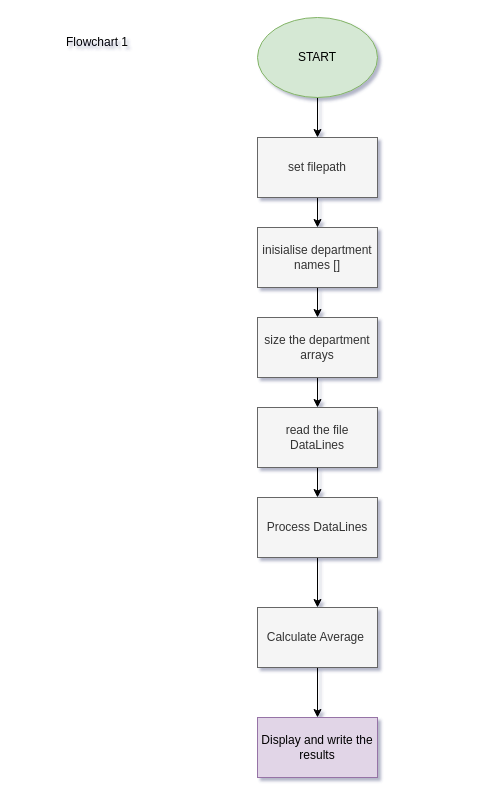
VictoriaJ4/VictoriaJ4 keeps this draw.io diagram as Salespeople.drawio. Above is the earlier version. Source tidied: cells renumbered, new cells numbered last; positions are measured from the earlier drawing's top-left corner, leaving out a move shared by most shapes. Both pictures are drawn from the tidied source at 100%, with x=0, y=0 at pixel (17, 17).
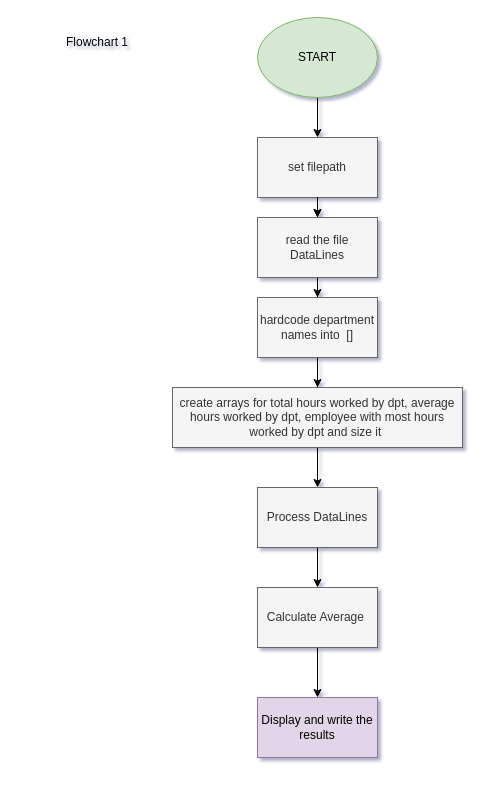
After the change.

Unchanged cells that the change refers to:
```xml
<mxCell id="6" value="set filepath" style="whiteSpace=wrap;html=1;fillColor=#f5f5f5;strokeColor=#666666;fontColor=#333333;" parent="1" vertex="1">
  <mxGeometry x="240" y="120" width="120" height="60" as="geometry" />
</mxCell>
```

Diff of the diagram source:
```diff
@@
-    <mxCell id="5" style="edgeStyle=orthogonalEdgeStyle;rounded=0;jettySize=auto;html=1;" parent="1" edge="1" source="6" target="8">
+    <mxCell id="5" style="edgeStyle=orthogonalEdgeStyle;rounded=0;jettySize=auto;html=1;" parent="1" edge="1" source="12" target="8">
       <mxGeometry relative="1" as="geometry" />
     </mxCell>
+    <mxCell id="18" style="edgeStyle=orthogonalEdgeStyle;rounded=0;jettySize=auto;html=1;" parent="1" edge="1" source="6" target="12">
+      <mxGeometry relative="1" as="geometry" />
+    </mxCell>
@@
-    <mxCell id="8" value="inisialise department names []" style="whiteSpace=wrap;html=1;fillColor=#f5f5f5;strokeColor=#666666;fontColor=#333333;" parent="1" vertex="1">
-      <mxGeometry x="240" y="210" width="120" height="60" as="geometry" />
+    <mxCell id="8" value="hardcode department names into&amp;nbsp; []" style="whiteSpace=wrap;html=1;fillColor=#f5f5f5;strokeColor=#666666;fontColor=#333333;" parent="1" vertex="1">
+      <mxGeometry x="240" y="280" width="120" height="60" as="geometry" />
     </mxCell>
-    <mxCell id="9" style="edgeStyle=orthogonalEdgeStyle;rounded=0;jettySize=auto;html=1;" parent="1" edge="1" source="10" target="12">
-      <mxGeometry relative="1" as="geometry" />
+    <mxCell id="9" style="edgeStyle=orthogonalEdgeStyle;rounded=0;jettySize=auto;html=1;" parent="1" edge="1" source="10">
+      <mxGeometry relative="1" as="geometry">
+        <mxPoint x="300" y="390" as="targetPoint" />
+      </mxGeometry>
     </mxCell>
+    <mxCell id="19" style="edgeStyle=orthogonalEdgeStyle;rounded=0;jettySize=auto;html=1;" parent="1" edge="1" source="10" target="14">
+      <mxGeometry relative="1" as="geometry" />
+    </mxCell>
-    <mxCell id="10" value="size the department arrays" style="whiteSpace=wrap;html=1;fillColor=#f5f5f5;strokeColor=#666666;fontColor=#333333;" parent="1" vertex="1">
-      <mxGeometry x="240" y="300" width="120" height="60" as="geometry" />
+    <mxCell id="10" value="create arrays for total hours worked by dpt, average hours worked by dpt, employee with most hours worked by dpt and size it&amp;nbsp;" style="whiteSpace=wrap;html=1;fillColor=#f5f5f5;strokeColor=#666666;fontColor=#333333;" parent="1" vertex="1">
+      <mxGeometry x="155" y="370" width="290" height="60" as="geometry" />
     </mxCell>
-    <mxCell id="11" style="edgeStyle=orthogonalEdgeStyle;rounded=0;jettySize=auto;html=1;" parent="1" edge="1" source="12" target="14">
-      <mxGeometry relative="1" as="geometry" />
-    </mxCell>
-    <mxCell id="12" value="read the file DataLines" style="whiteSpace=wrap;html=1;fillColor=#f5f5f5;strokeColor=#666666;fontColor=#333333;" parent="1" vertex="1">
-      <mxGeometry x="240" y="390" width="120" height="60" as="geometry" />
-    </mxCell>
@@
     <mxCell id="14" value="Process DataLines" style="whiteSpace=wrap;html=1;fillColor=#f5f5f5;strokeColor=#666666;fontColor=#333333;" parent="1" vertex="1">
-      <mxGeometry x="240" y="480" width="120" height="60" as="geometry" />
+      <mxGeometry x="240" y="470" width="120" height="60" as="geometry" />
     </mxCell>
@@
     <mxCell id="16" value="Calculate Average&amp;nbsp;" style="whiteSpace=wrap;html=1;fillColor=#f5f5f5;strokeColor=#666666;fontColor=#333333;" parent="1" vertex="1">
-      <mxGeometry x="240" y="590" width="120" height="60" as="geometry" />
+      <mxGeometry x="240" y="570" width="120" height="60" as="geometry" />
     </mxCell>
     <mxCell id="17" value="Display and write the results" style="whiteSpace=wrap;html=1;fillColor=#e1d5e7;strokeColor=#9673a6;" parent="1" vertex="1">
-      <mxGeometry x="240" y="700" width="120" height="60" as="geometry" />
+      <mxGeometry x="240" y="680" width="120" height="60" as="geometry" />
     </mxCell>
+    <mxCell id="20" style="edgeStyle=orthogonalEdgeStyle;rounded=0;jettySize=auto;html=1;" parent="1" edge="1" source="6" target="12">
+      <mxGeometry relative="1" as="geometry" />
+    </mxCell>
+    <mxCell id="12" value="read the file DataLines" style="whiteSpace=wrap;html=1;fillColor=#f5f5f5;strokeColor=#666666;fontColor=#333333;" parent="1" vertex="1">
+      <mxGeometry x="240" y="200" width="120" height="60" as="geometry" />
+    </mxCell>
```
